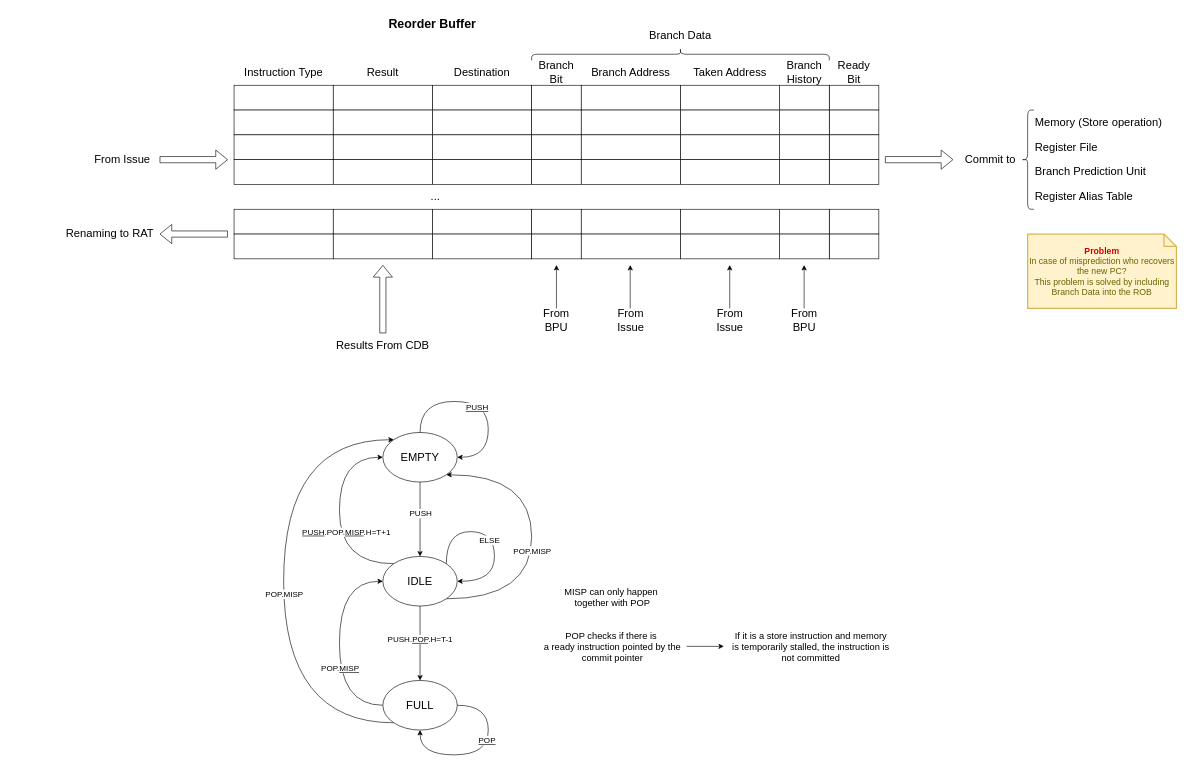
Before: docs/reorder_buffer_architecture.drawio in lorenzobadas/DLX, a draw.io diagram. Source tidied: cells renumbered, new cells numbered last; positions are measured from the earlier drawing's top-left corner, leaving out a move shared by most shapes. Both pictures are drawn from the tidied source at 62%, with x=0, y=0 at pixel (60, 11).
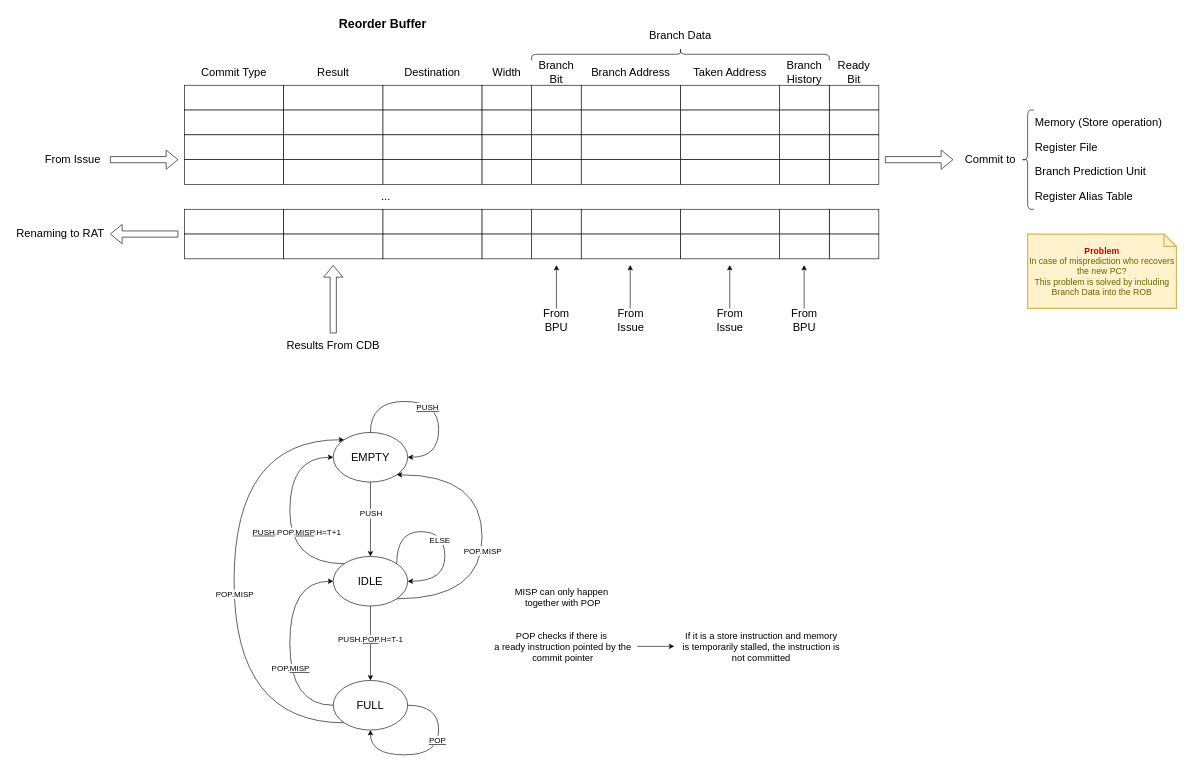
After the change.

Commit message (it also covers changes not shown here):
fix issue#1: add formatting information for store operations in reorder buffer

Diff of the diagram source:
```diff
@@
     <mxCell id="2" style="rounded=0;whiteSpace=wrap;html=1;" parent="1" vertex="1">
-      <mxGeometry x="280" y="120" width="160" height="40" as="geometry" />
+      <mxGeometry x="200" y="120" width="160" height="40" as="geometry" />
     </mxCell>
     <mxCell id="3" value="&lt;font style=&quot;font-size: 20px;&quot;&gt;&lt;b&gt;Reorder Buffer&lt;/b&gt;&lt;/font&gt;" style="text;html=1;align=center;verticalAlign=middle;whiteSpace=wrap;rounded=0;" parent="1" vertex="1">
-      <mxGeometry x="280" width="640" height="40" as="geometry" />
+      <mxGeometry x="200" width="640" height="40" as="geometry" />
     </mxCell>
-    <mxCell id="4" value="&lt;font style=&quot;font-size: 18px;&quot;&gt;Instruction Type&lt;/font&gt;" style="text;html=1;align=center;verticalAlign=middle;whiteSpace=wrap;rounded=0;" parent="1" vertex="1">
-      <mxGeometry x="280" y="80" width="160" height="40" as="geometry" />
+    <mxCell id="4" value="&lt;font style=&quot;font-size: 18px;&quot;&gt;Commit Type&lt;/font&gt;" style="text;html=1;align=center;verticalAlign=middle;whiteSpace=wrap;rounded=0;" parent="1" vertex="1">
+      <mxGeometry x="200" y="80" width="160" height="40" as="geometry" />
     </mxCell>
     <mxCell id="5" value="&lt;font style=&quot;font-size: 18px;&quot;&gt;Destination&lt;/font&gt;" style="text;html=1;align=center;verticalAlign=middle;whiteSpace=wrap;rounded=0;" parent="1" vertex="1">
-      <mxGeometry x="600" y="80" width="160" height="40" as="geometry" />
+      <mxGeometry x="520" y="80" width="160" height="40" as="geometry" />
     </mxCell>
@@
     <mxCell id="7" style="rounded=0;whiteSpace=wrap;html=1;" parent="1" vertex="1">
-      <mxGeometry x="600" y="120" width="160" height="40" as="geometry" />
+      <mxGeometry x="520" y="120" width="160" height="40" as="geometry" />
     </mxCell>
@@
     <mxCell id="9" style="rounded=0;whiteSpace=wrap;html=1;" parent="1" vertex="1">
-      <mxGeometry x="280" y="160" width="160" height="40" as="geometry" />
+      <mxGeometry x="200" y="160" width="160" height="40" as="geometry" />
     </mxCell>
     <mxCell id="10" style="rounded=0;whiteSpace=wrap;html=1;" parent="1" vertex="1">
-      <mxGeometry x="600" y="160" width="160" height="40" as="geometry" />
+      <mxGeometry x="520" y="160" width="160" height="40" as="geometry" />
     </mxCell>
@@
     <mxCell id="12" style="rounded=0;whiteSpace=wrap;html=1;" parent="1" vertex="1">
-      <mxGeometry x="280" y="200" width="160" height="40" as="geometry" />
+      <mxGeometry x="200" y="200" width="160" height="40" as="geometry" />
     </mxCell>
     <mxCell id="13" style="rounded=0;whiteSpace=wrap;html=1;" parent="1" vertex="1">
-      <mxGeometry x="600" y="200" width="160" height="40" as="geometry" />
+      <mxGeometry x="520" y="200" width="160" height="40" as="geometry" />
     </mxCell>
@@
     <mxCell id="15" style="rounded=0;whiteSpace=wrap;html=1;" parent="1" vertex="1">
-      <mxGeometry x="280" y="240" width="160" height="40" as="geometry" />
+      <mxGeometry x="200" y="240" width="160" height="40" as="geometry" />
     </mxCell>
     <mxCell id="16" style="rounded=0;whiteSpace=wrap;html=1;" parent="1" vertex="1">
-      <mxGeometry x="600" y="240" width="160" height="40" as="geometry" />
+      <mxGeometry x="520" y="240" width="160" height="40" as="geometry" />
     </mxCell>
@@
     <mxCell id="18" style="rounded=0;whiteSpace=wrap;html=1;" parent="1" vertex="1">
-      <mxGeometry x="280" y="320" width="160" height="40" as="geometry" />
+      <mxGeometry x="200" y="320" width="160" height="40" as="geometry" />
     </mxCell>
     <mxCell id="19" style="rounded=0;whiteSpace=wrap;html=1;" parent="1" vertex="1">
-      <mxGeometry x="600" y="320" width="160" height="40" as="geometry" />
+      <mxGeometry x="520" y="320" width="160" height="40" as="geometry" />
     </mxCell>
@@
     <mxCell id="21" style="rounded=0;whiteSpace=wrap;html=1;" parent="1" vertex="1">
-      <mxGeometry x="280" y="360" width="160" height="40" as="geometry" />
+      <mxGeometry x="200" y="360" width="160" height="40" as="geometry" />
     </mxCell>
     <mxCell id="22" style="rounded=0;whiteSpace=wrap;html=1;" parent="1" vertex="1">
-      <mxGeometry x="600" y="360" width="160" height="40" as="geometry" />
+      <mxGeometry x="520" y="360" width="160" height="40" as="geometry" />
     </mxCell>
@@
     <mxCell id="24" value="&lt;font style=&quot;font-size: 18px;&quot;&gt;...&lt;/font&gt;" style="text;html=1;align=center;verticalAlign=middle;whiteSpace=wrap;rounded=0;" parent="1" vertex="1">
-      <mxGeometry x="290" y="280" width="630" height="40" as="geometry" />
+      <mxGeometry x="210" y="280" width="630" height="40" as="geometry" />
     </mxCell>
     <mxCell id="25" style="shape=flexArrow;endArrow=classic;html=1;rounded=0;" parent="1" edge="1">
       <mxGeometry relative="1" as="geometry">
-        <mxPoint x="520" y="520" as="sourcePoint" />
-        <mxPoint x="520" y="410" as="targetPoint" />
+        <mxPoint x="440" y="520" as="sourcePoint" />
+        <mxPoint x="440" y="410" as="targetPoint" />
       </mxGeometry>
     </mxCell>
     <mxCell id="26" value="&lt;font style=&quot;font-size: 18px;&quot;&gt;Results From CDB&lt;/font&gt;" style="text;html=1;align=center;verticalAlign=middle;whiteSpace=wrap;rounded=0;" parent="1" vertex="1">
-      <mxGeometry x="440" y="520" width="160" height="40" as="geometry" />
+      <mxGeometry x="360" y="520" width="160" height="40" as="geometry" />
     </mxCell>
@@
     <mxCell id="34" value="&lt;font style=&quot;font-size: 18px;&quot;&gt;Result&lt;/font&gt;" style="text;html=1;align=center;verticalAlign=middle;whiteSpace=wrap;rounded=0;" parent="1" vertex="1">
-      <mxGeometry x="440" y="80" width="160" height="40" as="geometry" />
+      <mxGeometry x="360" y="80" width="160" height="40" as="geometry" />
     </mxCell>
     <mxCell id="35" style="rounded=0;whiteSpace=wrap;html=1;" parent="1" vertex="1">
-      <mxGeometry x="440" y="120" width="160" height="40" as="geometry" />
+      <mxGeometry x="360" y="120" width="160" height="40" as="geometry" />
     </mxCell>
     <mxCell id="36" style="rounded=0;whiteSpace=wrap;html=1;" parent="1" vertex="1">
-      <mxGeometry x="440" y="160" width="160" height="40" as="geometry" />
+      <mxGeometry x="360" y="160" width="160" height="40" as="geometry" />
     </mxCell>
     <mxCell id="37" style="rounded=0;whiteSpace=wrap;html=1;" parent="1" vertex="1">
-      <mxGeometry x="440" y="200" width="160" height="40" as="geometry" />
+      <mxGeometry x="360" y="200" width="160" height="40" as="geometry" />
     </mxCell>
     <mxCell id="38" style="rounded=0;whiteSpace=wrap;html=1;" parent="1" vertex="1">
-      <mxGeometry x="440" y="240" width="160" height="40" as="geometry" />
+      <mxGeometry x="360" y="240" width="160" height="40" as="geometry" />
     </mxCell>
     <mxCell id="39" style="rounded=0;whiteSpace=wrap;html=1;" parent="1" vertex="1">
-      <mxGeometry x="440" y="320" width="160" height="40" as="geometry" />
+      <mxGeometry x="360" y="320" width="160" height="40" as="geometry" />
     </mxCell>
     <mxCell id="40" style="rounded=0;whiteSpace=wrap;html=1;" parent="1" vertex="1">
-      <mxGeometry x="440" y="360" width="160" height="40" as="geometry" />
+      <mxGeometry x="360" y="360" width="160" height="40" as="geometry" />
     </mxCell>
@@
     <mxCell id="48" style="shape=flexArrow;endArrow=classic;html=1;rounded=0;" parent="1" edge="1">
       <mxGeometry relative="1" as="geometry">
-        <mxPoint x="160" y="240" as="sourcePoint" />
-        <mxPoint x="270" y="240" as="targetPoint" />
+        <mxPoint x="80" y="240" as="sourcePoint" />
+        <mxPoint x="190" y="240" as="targetPoint" />
       </mxGeometry>
     </mxCell>
     <mxCell id="49" value="&lt;span style=&quot;font-size: 18px;&quot;&gt;From Issue&lt;/span&gt;" style="text;html=1;align=center;verticalAlign=middle;whiteSpace=wrap;rounded=0;" parent="1" vertex="1">
-      <mxGeometry x="40" y="220" width="120" height="40" as="geometry" />
+      <mxGeometry x="-40" y="220" width="120" height="40" as="geometry" />
     </mxCell>
     <mxCell id="50" style="shape=flexArrow;endArrow=classic;html=1;rounded=0;" parent="1" edge="1">
       <mxGeometry relative="1" as="geometry">
-        <mxPoint x="270" y="360" as="sourcePoint" />
-        <mxPoint x="160" y="360" as="targetPoint" />
+        <mxPoint x="190" y="360" as="sourcePoint" />
+        <mxPoint x="80" y="360" as="targetPoint" />
       </mxGeometry>
     </mxCell>
     <mxCell id="51" value="&lt;span style=&quot;font-size: 18px;&quot;&gt;Renaming to RAT&lt;/span&gt;" style="text;html=1;align=center;verticalAlign=middle;whiteSpace=wrap;rounded=0;" parent="1" vertex="1">
-      <mxGeometry y="340" width="160" height="40" as="geometry" />
+      <mxGeometry x="-80" y="340" width="160" height="40" as="geometry" />
     </mxCell>
@@
     <mxCell id="55" style="edgeStyle=orthogonalEdgeStyle;rounded=0;jettySize=auto;html=1;exitX=0;exitY=0;exitDx=0;exitDy=0;entryX=0;entryY=0.5;entryDx=0;entryDy=0;curved=1;" parent="1" edge="1" source="58" target="65">
       <mxGeometry relative="1" as="geometry">
         <Array as="points">
-          <mxPoint x="450" y="892" />
-          <mxPoint x="450" y="720" />
+          <mxPoint x="370" y="892" />
+          <mxPoint x="370" y="720" />
         </Array>
       </mxGeometry>
     </mxCell>
@@
     <mxCell id="57" style="edgeStyle=orthogonalEdgeStyle;rounded=0;jettySize=auto;html=1;exitX=1;exitY=1;exitDx=0;exitDy=0;entryX=1;entryY=1;entryDx=0;entryDy=0;curved=1;" parent="1" edge="1" source="58" target="65">
       <mxGeometry relative="1" as="geometry">
         <Array as="points">
-          <mxPoint x="760" y="948" />
-          <mxPoint x="760" y="748" />
+          <mxPoint x="680" y="948" />
+          <mxPoint x="680" y="748" />
         </Array>
       </mxGeometry>
     </mxCell>
     <mxCell id="58" value="&lt;font style=&quot;font-size: 18px;&quot;&gt;IDLE&lt;/font&gt;" style="ellipse;whiteSpace=wrap;html=1;" parent="1" vertex="1">
-      <mxGeometry x="520" y="880" width="120" height="80" as="geometry" />
+      <mxGeometry x="440" y="880" width="120" height="80" as="geometry" />
     </mxCell>
     <mxCell id="59" style="edgeStyle=orthogonalEdgeStyle;rounded=0;jettySize=auto;html=1;exitX=0;exitY=0.5;exitDx=0;exitDy=0;entryX=0;entryY=0.5;entryDx=0;entryDy=0;curved=1;" parent="1" edge="1" source="62" target="58">
       <mxGeometry relative="1" as="geometry">
         <Array as="points">
-          <mxPoint x="450" y="1120" />
-          <mxPoint x="450" y="920" />
+          <mxPoint x="370" y="1120" />
+          <mxPoint x="370" y="920" />
         </Array>
       </mxGeometry>
     </mxCell>
@@
     <mxCell id="61" style="edgeStyle=orthogonalEdgeStyle;rounded=0;jettySize=auto;html=1;exitX=0;exitY=1;exitDx=0;exitDy=0;entryX=0;entryY=0;entryDx=0;entryDy=0;curved=1;" parent="1" edge="1" source="62" target="65">
       <mxGeometry relative="1" as="geometry">
         <Array as="points">
-          <mxPoint x="360" y="1148" />
-          <mxPoint x="360" y="692" />
+          <mxPoint x="280" y="1148" />
+          <mxPoint x="280" y="692" />
         </Array>
       </mxGeometry>
     </mxCell>
     <mxCell id="62" value="&lt;font style=&quot;font-size: 18px;&quot;&gt;FULL&lt;/font&gt;" style="ellipse;whiteSpace=wrap;html=1;" parent="1" vertex="1">
-      <mxGeometry x="520" y="1080" width="120" height="80" as="geometry" />
+      <mxGeometry x="440" y="1080" width="120" height="80" as="geometry" />
     </mxCell>
@@
     <mxCell id="65" value="&lt;span style=&quot;font-size: 18px;&quot;&gt;EMPTY&lt;/span&gt;" style="ellipse;whiteSpace=wrap;html=1;" parent="1" vertex="1">
-      <mxGeometry x="520" y="680" width="120" height="80" as="geometry" />
+      <mxGeometry x="440" y="680" width="120" height="80" as="geometry" />
     </mxCell>
     <mxCell id="66" style="edgeStyle=orthogonalEdgeStyle;rounded=0;orthogonalLoop=1;jettySize=auto;html=1;exitX=0.5;exitY=0;exitDx=0;exitDy=0;entryX=1;entryY=0.5;entryDx=0;entryDy=0;curved=1;" parent="1" edge="1" source="65" target="65">
       <mxGeometry relative="1" as="geometry">
         <Array as="points">
-          <mxPoint x="580" y="630" />
-          <mxPoint x="690" y="630" />
-          <mxPoint x="690" y="720" />
+          <mxPoint x="500" y="630" />
+          <mxPoint x="610" y="630" />
+          <mxPoint x="610" y="720" />
         </Array>
       </mxGeometry>
     </mxCell>
@@
     <mxCell id="68" style="edgeStyle=orthogonalEdgeStyle;rounded=0;orthogonalLoop=1;jettySize=auto;html=1;exitX=1;exitY=0;exitDx=0;exitDy=0;entryX=1;entryY=0.5;entryDx=0;entryDy=0;curved=1;" parent="1" edge="1" source="58" target="58">
       <mxGeometry relative="1" as="geometry">
         <Array as="points">
-          <mxPoint x="622" y="840" />
-          <mxPoint x="700" y="840" />
-          <mxPoint x="700" y="920" />
+          <mxPoint x="542" y="840" />
+          <mxPoint x="620" y="840" />
+          <mxPoint x="620" y="920" />
         </Array>
       </mxGeometry>
     </mxCell>
@@
     <mxCell id="70" style="edgeStyle=orthogonalEdgeStyle;rounded=0;orthogonalLoop=1;jettySize=auto;html=1;exitX=1;exitY=0.5;exitDx=0;exitDy=0;entryX=0.5;entryY=1;entryDx=0;entryDy=0;curved=1;" parent="1" edge="1" source="62" target="62">
       <mxGeometry relative="1" as="geometry">
         <Array as="points">
-          <mxPoint x="690" y="1120" />
-          <mxPoint x="690" y="1200" />
-          <mxPoint x="580" y="1200" />
+          <mxPoint x="610" y="1120" />
+          <mxPoint x="610" y="1200" />
+          <mxPoint x="500" y="1200" />
         </Array>
       </mxGeometry>
     </mxCell>
@@
     <mxCell id="103" value="&lt;font style=&quot;font-size: 13px;&quot;&gt;POP.MISP&lt;/font&gt;" style="edgeLabel;html=1;align=center;verticalAlign=middle;" parent="1" vertex="1">
-      <mxGeometry x="360" y="940" as="geometry" />
+      <mxGeometry x="280" y="940" as="geometry" />
     </mxCell>
     <mxCell id="104" value="&lt;font style=&quot;font-size: 13px;&quot;&gt;POP.MISP&lt;/font&gt;" style="edgeLabel;html=1;align=center;verticalAlign=middle;" parent="1" vertex="1">
-      <mxGeometry x="760" y="870" as="geometry" />
+      <mxGeometry x="680" y="870" as="geometry" />
     </mxCell>
     <mxCell id="105" value="&lt;font style=&quot;font-size: 15px;&quot;&gt;MISP can only happen&amp;nbsp;&lt;/font&gt;&lt;div style=&quot;font-size: 15px;&quot;&gt;&lt;font style=&quot;font-size: 15px;&quot;&gt;together with POP&lt;/font&gt;&lt;/div&gt;" style="text;html=1;align=center;verticalAlign=middle;strokeColor=none;fillColor=none;" parent="1" vertex="1">
-      <mxGeometry x="800" y="920" width="180" height="50" as="geometry" />
+      <mxGeometry x="720" y="920" width="180" height="50" as="geometry" />
     </mxCell>
@@
     <mxCell id="107" value="&lt;span style=&quot;font-size: 15px;&quot;&gt;POP checks if there is&amp;nbsp;&lt;/span&gt;&lt;div&gt;&lt;span style=&quot;font-size: 15px;&quot;&gt;a ready instruction pointed by the&lt;/span&gt;&lt;/div&gt;&lt;div&gt;&lt;span style=&quot;font-size: 15px;&quot;&gt;commit pointer&lt;/span&gt;&lt;/div&gt;" style="text;html=1;align=center;verticalAlign=middle;points=[];strokeColor=none;fillColor=none;" parent="1" vertex="1">
-      <mxGeometry x="770" y="990" width="240" height="70" as="geometry" />
+      <mxGeometry x="690" y="990" width="240" height="70" as="geometry" />
     </mxCell>
     <mxCell id="108" value="&lt;span style=&quot;font-size: 15px;&quot;&gt;If it is a store instruction and memory&lt;/span&gt;&lt;div&gt;&lt;span style=&quot;font-size: 15px;&quot;&gt;is temporarily stalled, the instruction is&lt;/span&gt;&lt;/div&gt;&lt;div&gt;&lt;span style=&quot;font-size: 15px;&quot;&gt;not committed&lt;/span&gt;&lt;/div&gt;" style="text;html=1;align=center;verticalAlign=middle;points=[];strokeColor=none;fillColor=none;" parent="1" vertex="1">
-      <mxGeometry x="1070" y="990" width="280" height="70" as="geometry" />
+      <mxGeometry x="990" y="990" width="280" height="70" as="geometry" />
     </mxCell>
+    <mxCell id="109" value="&lt;span style=&quot;font-size: 18px;&quot;&gt;Width&lt;/span&gt;" style="text;html=1;align=center;verticalAlign=middle;whiteSpace=wrap;rounded=0;" parent="1" vertex="1">
+      <mxGeometry x="680" y="80" width="80" height="40" as="geometry" />
+    </mxCell>
+    <mxCell id="110" style="rounded=0;whiteSpace=wrap;html=1;" parent="1" vertex="1">
+      <mxGeometry x="680" y="120" width="80" height="40" as="geometry" />
+    </mxCell>
+    <mxCell id="111" style="rounded=0;whiteSpace=wrap;html=1;" parent="1" vertex="1">
+      <mxGeometry x="680" y="160" width="80" height="40" as="geometry" />
+    </mxCell>
+    <mxCell id="112" style="rounded=0;whiteSpace=wrap;html=1;" parent="1" vertex="1">
+      <mxGeometry x="680" y="200" width="80" height="40" as="geometry" />
+    </mxCell>
+    <mxCell id="113" style="rounded=0;whiteSpace=wrap;html=1;" parent="1" vertex="1">
+      <mxGeometry x="680" y="240" width="80" height="40" as="geometry" />
+    </mxCell>
+    <mxCell id="114" style="rounded=0;whiteSpace=wrap;html=1;" parent="1" vertex="1">
+      <mxGeometry x="680" y="320" width="80" height="40" as="geometry" />
+    </mxCell>
+    <mxCell id="115" style="rounded=0;whiteSpace=wrap;html=1;" parent="1" vertex="1">
+      <mxGeometry x="680" y="360" width="80" height="40" as="geometry" />
+    </mxCell>
```
